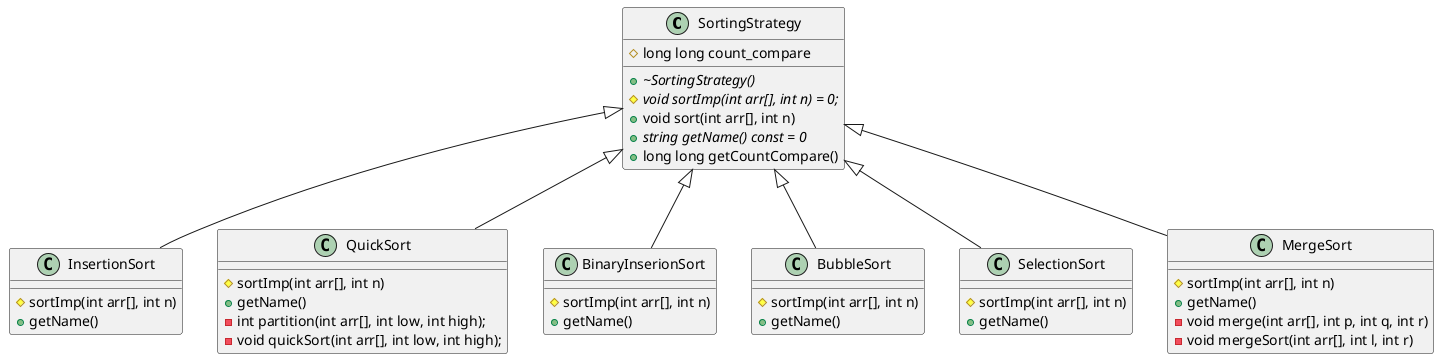
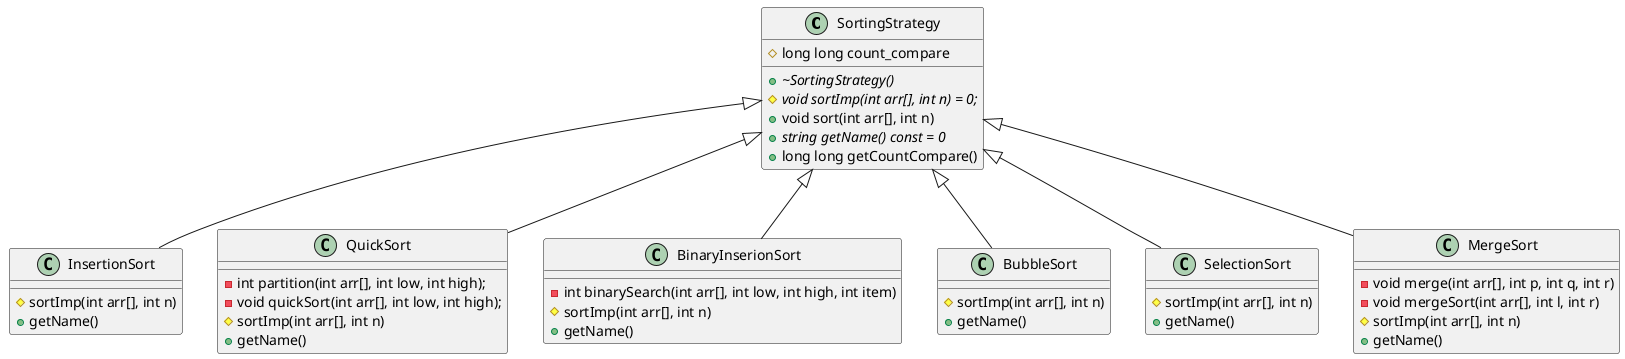
@startuml ClassDiagram

class SortingStrategy {
    #long long count_compare
    +{abstract} ~SortingStrategy()
    #{abstract} void sortImp(int arr[], int n) = 0;
    +void sort(int arr[], int n)
    +{abstract} string getName() const = 0
    +long long getCountCompare()
}

class InsertionSort {
    #{method} sortImp(int arr[], int n)
    +{method} getName()
}

class QuickSort{
+     -int partition(int arr[], int low, int high);
+     -void quickSort(int arr[], int low, int high);
    #{method} sortImp(int arr[], int n)
    +{method} getName()
-     -int partition(int arr[], int low, int high);
-     -void quickSort(int arr[], int low, int high);
}

class BinaryInserionSort {
+     -int binarySearch(int arr[], int low, int high, int item)
    #{method} sortImp(int arr[], int n)
    +{method} getName()
}

class BubbleSort{
    #{method} sortImp(int arr[], int n)
    +{method} getName()

}

class SelectionSort {
    #{method} sortImp(int arr[], int n)
    +{method} getName()

}

class MergeSort {
+     -void merge(int arr[], int p, int q, int r)
+     -void mergeSort(int arr[], int l, int r)
    #{method} sortImp(int arr[], int n)
    +{method} getName()
-     -void merge(int arr[], int p, int q, int r)
-     -void mergeSort(int arr[], int l, int r)
}

' Relations beetween classes
SortingStrategy <|-- InsertionSort
SortingStrategy <|-- QuickSort
SortingStrategy <|-- BinaryInserionSort
SortingStrategy <|-- BubbleSort
SortingStrategy <|-- SelectionSort
SortingStrategy <|-- MergeSort



@enduml